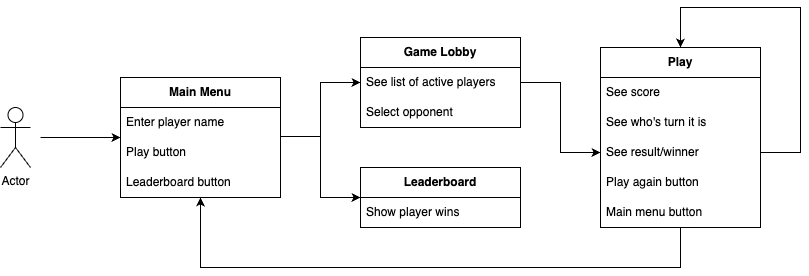
This is Tic-Tac-Toe Wireframe.png from kfurtado2171/Tic-Tac-Toe, a draw.io export, as it was before one commit. Source tidied: cells renumbered, new cells last; positions are measured from the earlier drawing's top-left corner, leaving out a move shared by most shapes. Source of this version:
```xml
<mxGraphModel>
  <root>
    <mxCell id="0" />
    <mxCell id="1" parent="0" />
    <mxCell id="2" value="&lt;b&gt;Main Menu&lt;/b&gt;" style="swimlane;fontStyle=0;horizontal=1;startSize=30;whiteSpace=wrap;html=1;" parent="1" vertex="1">
      <mxGeometry x="120" y="70" width="160" height="120" as="geometry" />
    </mxCell>
    <mxCell id="3" value="Enter player name" style="text;strokeColor=none;fillColor=none;align=left;verticalAlign=middle;spacingLeft=4;spacingRight=4;overflow=hidden;whiteSpace=wrap;html=1;" parent="2" vertex="1">
      <mxGeometry y="30" width="160" height="30" as="geometry" />
    </mxCell>
    <mxCell id="4" value="Play button" style="text;strokeColor=none;fillColor=none;align=left;verticalAlign=middle;spacingLeft=4;spacingRight=4;overflow=hidden;points=[[0,0.5],[1,0.5]];portConstraint=eastwest;whiteSpace=wrap;html=1;" parent="2" vertex="1">
      <mxGeometry y="60" width="160" height="30" as="geometry" />
    </mxCell>
    <mxCell id="5" value="Leaderboard button" style="text;strokeColor=none;fillColor=none;align=left;verticalAlign=middle;spacingLeft=4;spacingRight=4;overflow=hidden;points=[[0,0.5],[1,0.5]];portConstraint=eastwest;whiteSpace=wrap;html=1;" parent="2" vertex="1">
      <mxGeometry y="90" width="160" height="30" as="geometry" />
    </mxCell>
    <mxCell id="6" value="&lt;b&gt;Game Lobby&lt;/b&gt;" style="swimlane;fontStyle=0;horizontal=1;startSize=30;whiteSpace=wrap;html=1;" parent="1" vertex="1">
      <mxGeometry x="360" y="30" width="160" height="90" as="geometry" />
    </mxCell>
    <mxCell id="7" value="See list of active players" style="text;strokeColor=none;fillColor=none;align=left;verticalAlign=middle;spacingLeft=4;spacingRight=4;overflow=hidden;points=[[0,0.5],[1,0.5]];portConstraint=eastwest;whiteSpace=wrap;html=1;" parent="6" vertex="1">
      <mxGeometry y="30" width="160" height="30" as="geometry" />
    </mxCell>
    <mxCell id="8" value="Select opponent" style="text;strokeColor=none;fillColor=none;align=left;verticalAlign=middle;spacingLeft=4;spacingRight=4;overflow=hidden;whiteSpace=wrap;html=1;" parent="6" vertex="1">
      <mxGeometry y="60" width="160" height="30" as="geometry" />
    </mxCell>
    <mxCell id="9" value="&lt;b&gt;Play&lt;/b&gt;" style="swimlane;fontStyle=0;horizontal=1;startSize=30;whiteSpace=wrap;html=1;" parent="1" vertex="1">
      <mxGeometry x="600" y="40" width="160" height="180" as="geometry" />
    </mxCell>
    <mxCell id="10" value="See score" style="text;strokeColor=none;fillColor=none;align=left;verticalAlign=middle;spacingLeft=4;spacingRight=4;overflow=hidden;whiteSpace=wrap;html=1;" parent="9" vertex="1">
      <mxGeometry y="30" width="160" height="30" as="geometry" />
    </mxCell>
    <mxCell id="11" value="See who's turn it is" style="text;strokeColor=none;fillColor=none;align=left;verticalAlign=middle;spacingLeft=4;spacingRight=4;overflow=hidden;whiteSpace=wrap;html=1;" parent="9" vertex="1">
      <mxGeometry y="60" width="160" height="30" as="geometry" />
    </mxCell>
    <mxCell id="12" style="edgeStyle=orthogonalEdgeStyle;rounded=0;jettySize=auto;html=1;entryX=0.5;entryY=0;entryDx=0;entryDy=0;exitX=1;exitY=0.5;exitDx=0;exitDy=0;" parent="9" edge="1" source="13" target="9">
      <mxGeometry relative="1" as="geometry">
        <Array as="points">
          <mxPoint x="200" y="105" />
          <mxPoint x="200" y="-40" />
          <mxPoint x="80" y="-40" />
        </Array>
      </mxGeometry>
    </mxCell>
    <mxCell id="13" value="See result/winner" style="text;strokeColor=none;fillColor=none;align=left;verticalAlign=middle;spacingLeft=4;spacingRight=4;overflow=hidden;points=[[0,0.5],[1,0.5]];portConstraint=eastwest;whiteSpace=wrap;html=1;" parent="9" vertex="1">
      <mxGeometry y="90" width="160" height="30" as="geometry" />
    </mxCell>
    <mxCell id="14" value="Play again button" style="text;strokeColor=none;fillColor=none;align=left;verticalAlign=middle;spacingLeft=4;spacingRight=4;overflow=hidden;whiteSpace=wrap;html=1;" parent="9" vertex="1">
      <mxGeometry y="120" width="160" height="30" as="geometry" />
    </mxCell>
    <mxCell id="15" value="Main menu button" style="text;strokeColor=none;fillColor=none;align=left;verticalAlign=middle;spacingLeft=4;spacingRight=4;overflow=hidden;whiteSpace=wrap;html=1;" parent="9" vertex="1">
      <mxGeometry y="150" width="160" height="30" as="geometry" />
    </mxCell>
    <mxCell id="16" value="&lt;b&gt;Leaderboard&lt;/b&gt;" style="swimlane;fontStyle=0;horizontal=1;startSize=30;whiteSpace=wrap;html=1;" parent="1" vertex="1">
      <mxGeometry x="360" y="160" width="160" height="60" as="geometry" />
    </mxCell>
    <mxCell id="17" value="Show player wins" style="text;strokeColor=none;fillColor=none;align=left;verticalAlign=middle;spacingLeft=4;spacingRight=4;overflow=hidden;whiteSpace=wrap;html=1;" parent="16" vertex="1">
      <mxGeometry y="30" width="160" height="30" as="geometry" />
    </mxCell>
    <mxCell id="18" style="edgeStyle=orthogonalEdgeStyle;rounded=0;orthogonalLoop=1;jettySize=auto;html=1;" parent="1" edge="1">
      <mxGeometry relative="1" as="geometry">
        <mxPoint x="40" y="130" as="sourcePoint" />
        <mxPoint x="120" y="130" as="targetPoint" />
      </mxGeometry>
    </mxCell>
    <mxCell id="19" value="Actor" style="shape=umlActor;verticalLabelPosition=bottom;verticalAlign=top;html=1;" parent="1" vertex="1">
      <mxGeometry y="100" width="30" height="60" as="geometry" />
    </mxCell>
    <mxCell id="20" style="edgeStyle=orthogonalEdgeStyle;rounded=0;jettySize=auto;html=1;entryX=0;entryY=0.5;entryDx=0;entryDy=0;" parent="1" edge="1" target="7">
      <mxGeometry relative="1" as="geometry">
        <mxPoint x="280" y="129" as="sourcePoint" />
        <Array as="points">
          <mxPoint x="320" y="129" />
          <mxPoint x="320" y="75" />
        </Array>
      </mxGeometry>
    </mxCell>
    <mxCell id="21" style="edgeStyle=orthogonalEdgeStyle;rounded=0;jettySize=auto;html=1;entryX=0;entryY=0.5;entryDx=0;entryDy=0;" parent="1" edge="1" target="16">
      <mxGeometry relative="1" as="geometry">
        <mxPoint x="280" y="129" as="sourcePoint" />
        <Array as="points">
          <mxPoint x="320" y="129" />
          <mxPoint x="320" y="190" />
        </Array>
      </mxGeometry>
    </mxCell>
    <mxCell id="22" style="edgeStyle=orthogonalEdgeStyle;rounded=0;jettySize=auto;html=1;entryX=0;entryY=0.5;entryDx=0;entryDy=0;" parent="1" edge="1" source="7" target="13">
      <mxGeometry relative="1" as="geometry" />
    </mxCell>
    <mxCell id="23" style="edgeStyle=orthogonalEdgeStyle;rounded=0;jettySize=auto;html=1;entryX=0.5;entryY=1;entryDx=0;entryDy=0;entryPerimeter=0;" parent="1" edge="1" source="9" target="5">
      <mxGeometry relative="1" as="geometry">
        <Array as="points">
          <mxPoint x="680" y="260" />
          <mxPoint x="200" y="260" />
        </Array>
      </mxGeometry>
    </mxCell>
  </root>
</mxGraphModel>
```
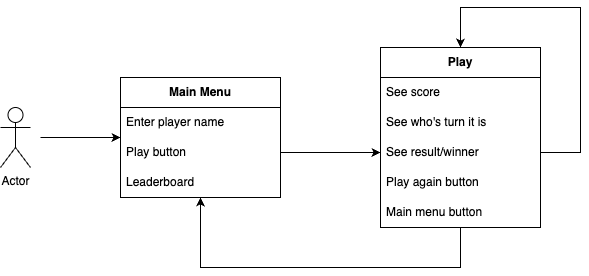
After the change.

What changed in the source:
```diff
@@ -11,20 +11,11 @@
     <mxCell id="4" value="Play button" style="text;strokeColor=none;fillColor=none;align=left;verticalAlign=middle;spacingLeft=4;spacingRight=4;overflow=hidden;points=[[0,0.5],[1,0.5]];portConstraint=eastwest;whiteSpace=wrap;html=1;" parent="2" vertex="1">
       <mxGeometry y="60" width="160" height="30" as="geometry" />
     </mxCell>
-    <mxCell id="5" value="Leaderboard button" style="text;strokeColor=none;fillColor=none;align=left;verticalAlign=middle;spacingLeft=4;spacingRight=4;overflow=hidden;points=[[0,0.5],[1,0.5]];portConstraint=eastwest;whiteSpace=wrap;html=1;" parent="2" vertex="1">
+    <mxCell id="5" value="Leaderboard" style="text;strokeColor=none;fillColor=none;align=left;verticalAlign=middle;spacingLeft=4;spacingRight=4;overflow=hidden;points=[[0,0.5],[1,0.5]];portConstraint=eastwest;whiteSpace=wrap;html=1;" parent="2" vertex="1">
       <mxGeometry y="90" width="160" height="30" as="geometry" />
     </mxCell>
-    <mxCell id="6" value="&lt;b&gt;Game Lobby&lt;/b&gt;" style="swimlane;fontStyle=0;horizontal=1;startSize=30;whiteSpace=wrap;html=1;" parent="1" vertex="1">
-      <mxGeometry x="360" y="30" width="160" height="90" as="geometry" />
-    </mxCell>
-    <mxCell id="7" value="See list of active players" style="text;strokeColor=none;fillColor=none;align=left;verticalAlign=middle;spacingLeft=4;spacingRight=4;overflow=hidden;points=[[0,0.5],[1,0.5]];portConstraint=eastwest;whiteSpace=wrap;html=1;" parent="6" vertex="1">
-      <mxGeometry y="30" width="160" height="30" as="geometry" />
-    </mxCell>
-    <mxCell id="8" value="Select opponent" style="text;strokeColor=none;fillColor=none;align=left;verticalAlign=middle;spacingLeft=4;spacingRight=4;overflow=hidden;whiteSpace=wrap;html=1;" parent="6" vertex="1">
-      <mxGeometry y="60" width="160" height="30" as="geometry" />
-    </mxCell>
     <mxCell id="9" value="&lt;b&gt;Play&lt;/b&gt;" style="swimlane;fontStyle=0;horizontal=1;startSize=30;whiteSpace=wrap;html=1;" parent="1" vertex="1">
-      <mxGeometry x="600" y="40" width="160" height="180" as="geometry" />
+      <mxGeometry x="380" y="40" width="160" height="180" as="geometry" />
     </mxCell>
     <mxCell id="10" value="See score" style="text;strokeColor=none;fillColor=none;align=left;verticalAlign=middle;spacingLeft=4;spacingRight=4;overflow=hidden;whiteSpace=wrap;html=1;" parent="9" vertex="1">
       <mxGeometry y="30" width="160" height="30" as="geometry" />
@@ -50,12 +41,6 @@
     <mxCell id="15" value="Main menu button" style="text;strokeColor=none;fillColor=none;align=left;verticalAlign=middle;spacingLeft=4;spacingRight=4;overflow=hidden;whiteSpace=wrap;html=1;" parent="9" vertex="1">
       <mxGeometry y="150" width="160" height="30" as="geometry" />
     </mxCell>
-    <mxCell id="16" value="&lt;b&gt;Leaderboard&lt;/b&gt;" style="swimlane;fontStyle=0;horizontal=1;startSize=30;whiteSpace=wrap;html=1;" parent="1" vertex="1">
-      <mxGeometry x="360" y="160" width="160" height="60" as="geometry" />
-    </mxCell>
-    <mxCell id="17" value="Show player wins" style="text;strokeColor=none;fillColor=none;align=left;verticalAlign=middle;spacingLeft=4;spacingRight=4;overflow=hidden;whiteSpace=wrap;html=1;" parent="16" vertex="1">
-      <mxGeometry y="30" width="160" height="30" as="geometry" />
-    </mxCell>
     <mxCell id="18" style="edgeStyle=orthogonalEdgeStyle;rounded=0;orthogonalLoop=1;jettySize=auto;html=1;" parent="1" edge="1">
       <mxGeometry relative="1" as="geometry">
         <mxPoint x="40" y="130" as="sourcePoint" />
@@ -65,34 +50,16 @@
     <mxCell id="19" value="Actor" style="shape=umlActor;verticalLabelPosition=bottom;verticalAlign=top;html=1;" parent="1" vertex="1">
       <mxGeometry y="100" width="30" height="60" as="geometry" />
     </mxCell>
-    <mxCell id="20" style="edgeStyle=orthogonalEdgeStyle;rounded=0;jettySize=auto;html=1;entryX=0;entryY=0.5;entryDx=0;entryDy=0;" parent="1" edge="1" target="7">
-      <mxGeometry relative="1" as="geometry">
-        <mxPoint x="280" y="129" as="sourcePoint" />
-        <Array as="points">
-          <mxPoint x="320" y="129" />
-          <mxPoint x="320" y="75" />
-        </Array>
-      </mxGeometry>
-    </mxCell>
-    <mxCell id="21" style="edgeStyle=orthogonalEdgeStyle;rounded=0;jettySize=auto;html=1;entryX=0;entryY=0.5;entryDx=0;entryDy=0;" parent="1" edge="1" target="16">
-      <mxGeometry relative="1" as="geometry">
-        <mxPoint x="280" y="129" as="sourcePoint" />
-        <Array as="points">
-          <mxPoint x="320" y="129" />
-          <mxPoint x="320" y="190" />
-        </Array>
-      </mxGeometry>
-    </mxCell>
-    <mxCell id="22" style="edgeStyle=orthogonalEdgeStyle;rounded=0;jettySize=auto;html=1;entryX=0;entryY=0.5;entryDx=0;entryDy=0;" parent="1" edge="1" source="7" target="13">
-      <mxGeometry relative="1" as="geometry" />
-    </mxCell>
     <mxCell id="23" style="edgeStyle=orthogonalEdgeStyle;rounded=0;jettySize=auto;html=1;entryX=0.5;entryY=1;entryDx=0;entryDy=0;entryPerimeter=0;" parent="1" edge="1" source="9" target="5">
       <mxGeometry relative="1" as="geometry">
         <Array as="points">
-          <mxPoint x="680" y="260" />
+          <mxPoint x="460" y="260" />
           <mxPoint x="200" y="260" />
         </Array>
       </mxGeometry>
     </mxCell>
+    <mxCell id="24" style="edgeStyle=orthogonalEdgeStyle;rounded=0;jettySize=auto;html=1;entryX=0;entryY=0.5;entryDx=0;entryDy=0;" parent="1" edge="1" source="4" target="13">
+      <mxGeometry relative="1" as="geometry" />
+    </mxCell>
   </root>
 </mxGraphModel>
```
